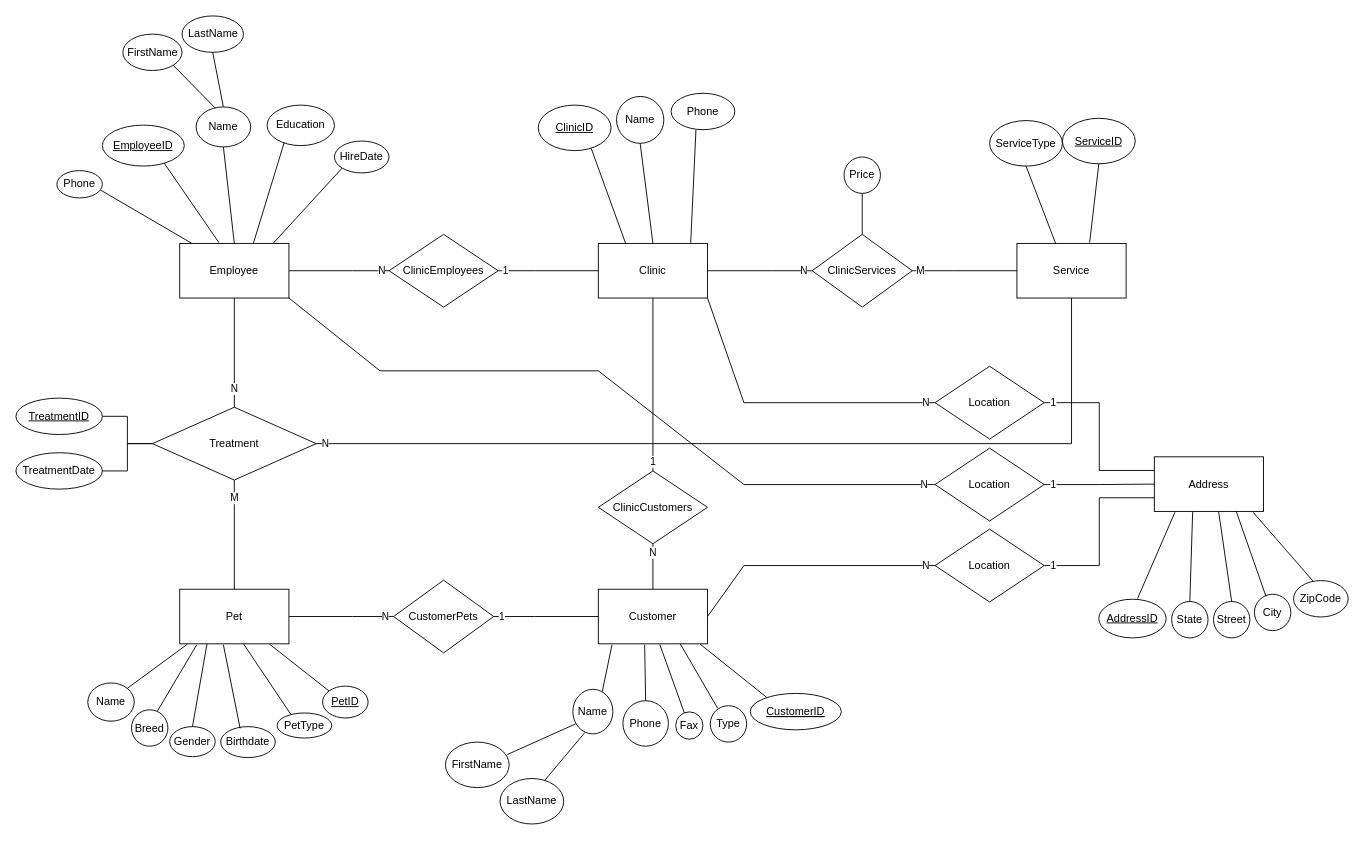
This is Databas_Labb2.drawio from null15/Database_University, a draw.io file, before an edit. Source tidied: cells renumbered, new cells numbered last; positions are measured from the earlier drawing's top-left corner, leaving out a move shared by most shapes. Both pictures are drawn from the tidied source at 91%, with x=0, y=0 at pixel (15, 15).
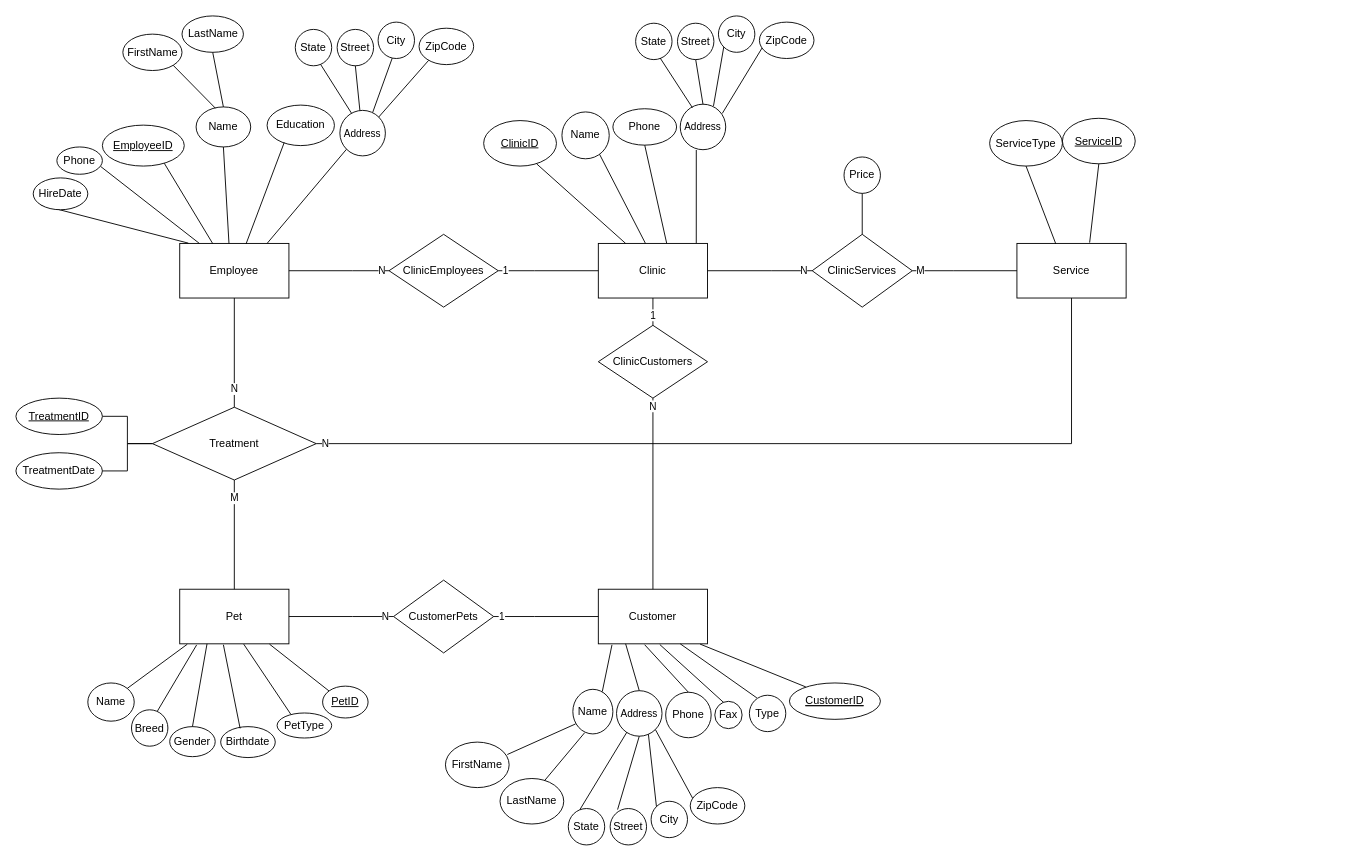
The same diagram, later.

The change refers to these unchanged cells:
```xml
<mxCell id="2" value="Customer" style="rounded=0;whiteSpace=wrap;html=1;" parent="1" vertex="1">
  <mxGeometry x="640" y="630" width="120" height="60" as="geometry" />
</mxCell>
<mxCell id="3" value="Clinic" style="rounded=0;whiteSpace=wrap;html=1;" parent="1" vertex="1">
  <mxGeometry x="640" y="250" width="120" height="60" as="geometry" />
</mxCell>
<mxCell id="5" value="Employee" style="rounded=0;whiteSpace=wrap;html=1;" parent="1" vertex="1">
  <mxGeometry x="180" y="250" width="120" height="60" as="geometry" />
</mxCell>
<mxCell id="54" value="&lt;u&gt;EmployeeID&lt;/u&gt;" style="ellipse;whiteSpace=wrap;html=1;" parent="1" vertex="1">
  <mxGeometry x="95" y="120" width="90" height="45" as="geometry" />
</mxCell>
<mxCell id="55" value="Name" style="ellipse;whiteSpace=wrap;html=1;" parent="1" vertex="1">
  <mxGeometry x="198" y="100" width="60" height="44" as="geometry" />
</mxCell>
<mxCell id="60" value="Education" style="ellipse;whiteSpace=wrap;html=1;" parent="1" vertex="1">
  <mxGeometry x="276" y="98" width="74" height="44.5" as="geometry" />
</mxCell>
```

Diff of the diagram source:
```diff
@@
     <mxCell id="9" value="ClinicCustomers" style="shape=rhombus;perimeter=rhombusPerimeter;whiteSpace=wrap;html=1;align=center;" parent="1" vertex="1">
-      <mxGeometry x="640" y="500" width="120" height="80" as="geometry" />
+      <mxGeometry x="640" y="340" width="120" height="80" as="geometry" />
     </mxCell>
     <mxCell id="10" value="N" style="endArrow=none;html=1;rounded=0;entryX=0.5;entryY=1;entryDx=0;entryDy=0;exitX=0.5;exitY=0;exitDx=0;exitDy=0;" parent="1" edge="1" source="2" target="9">
-      <mxGeometry x="0.6" relative="1" as="geometry" />
+      <mxGeometry x="0.91" relative="1" as="geometry" />
     </mxCell>
@@
     <mxCell id="26" value="Street" style="ellipse;whiteSpace=wrap;html=1;" parent="1" vertex="1">
-      <mxGeometry x="1316" y="643.5" width="40" height="40" as="geometry" />
+      <mxGeometry x="653" y="871" width="40" height="40" as="geometry" />
     </mxCell>
     <mxCell id="27" value="City" style="ellipse;whiteSpace=wrap;html=1;" parent="1" vertex="1">
-      <mxGeometry x="1361" y="635.5" width="40" height="40" as="geometry" />
+      <mxGeometry x="698" y="863" width="40" height="40" as="geometry" />
     </mxCell>
     <mxCell id="28" value="State" style="ellipse;whiteSpace=wrap;html=1;" parent="1" vertex="1">
-      <mxGeometry x="1270" y="643.5" width="40" height="40" as="geometry" />
+      <mxGeometry x="607" y="871" width="40" height="40" as="geometry" />
     </mxCell>
     <mxCell id="29" value="ZipCode" style="ellipse;whiteSpace=wrap;html=1;" parent="1" vertex="1">
-      <mxGeometry x="1404" y="620.5" width="60" height="40" as="geometry" />
+      <mxGeometry x="741" y="848" width="60" height="40" as="geometry" />
     </mxCell>
     <mxCell id="30" value="Phone" style="ellipse;whiteSpace=wrap;html=1;" parent="1" vertex="1">
-      <mxGeometry x="667" y="752.5" width="50" height="50" as="geometry" />
+      <mxGeometry x="714" y="743.2" width="50" height="50" as="geometry" />
     </mxCell>
     <mxCell id="31" value="Fax" style="ellipse;whiteSpace=wrap;html=1;" parent="1" vertex="1">
-      <mxGeometry x="725" y="764.8" width="30" height="30" as="geometry" />
+      <mxGeometry x="768" y="753.2" width="30" height="30" as="geometry" />
     </mxCell>
@@
     <mxCell id="34" value="Type" style="ellipse;whiteSpace=wrap;html=1;" parent="1" vertex="1">
-      <mxGeometry x="763" y="758" width="40" height="40" as="geometry" />
+      <mxGeometry x="806" y="746.5" width="40" height="40" as="geometry" />
     </mxCell>
@@
     <mxCell id="36" value="&lt;u&gt;CustomerID&lt;/u&gt;" style="ellipse;whiteSpace=wrap;html=1;fontStyle=4;" parent="1" vertex="1">
-      <mxGeometry x="807" y="744.5" width="100" height="40" as="geometry" />
+      <mxGeometry x="850" y="733" width="100" height="40" as="geometry" />
     </mxCell>
@@
     <mxCell id="61" value="Phone" style="ellipse;whiteSpace=wrap;html=1;" parent="1" vertex="1">
-      <mxGeometry x="45" y="170" width="50" height="30" as="geometry" />
+      <mxGeometry x="45" y="144" width="50" height="30" as="geometry" />
     </mxCell>
-    <mxCell id="62" style="endArrow=none;html=1;rounded=0;entryX=0.961;entryY=0.713;entryDx=0;entryDy=0;exitX=0.109;exitY=-0.003;exitDx=0;exitDy=0;exitPerimeter=0;entryPerimeter=0;" parent="1" edge="1" source="5" target="61">
+    <mxCell id="62" style="endArrow=none;html=1;rounded=0;entryX=0.961;entryY=0.713;entryDx=0;entryDy=0;exitX=0.18;exitY=0;exitDx=0;exitDy=0;exitPerimeter=0;entryPerimeter=0;" parent="1" edge="1" source="5" target="61">
       <mxGeometry relative="1" as="geometry" />
     </mxCell>
-    <mxCell id="63" style="endArrow=none;html=1;rounded=0;entryX=0.756;entryY=0.932;entryDx=0;entryDy=0;exitX=0.359;exitY=-0.014;exitDx=0;exitDy=0;exitPerimeter=0;entryPerimeter=0;" parent="1" edge="1" source="5" target="54">
+    <mxCell id="63" style="endArrow=none;html=1;rounded=0;entryX=0.756;entryY=0.932;entryDx=0;entryDy=0;exitX=0.302;exitY=0.003;exitDx=0;exitDy=0;exitPerimeter=0;entryPerimeter=0;" parent="1" edge="1" source="5" target="54">
       <mxGeometry relative="1" as="geometry" />
     </mxCell>
-    <mxCell id="64" style="endArrow=none;html=1;rounded=0;entryX=0.5;entryY=1;entryDx=0;entryDy=0;exitX=0.5;exitY=0;exitDx=0;exitDy=0;" parent="1" edge="1" source="5" target="55">
+    <mxCell id="64" style="endArrow=none;html=1;rounded=0;entryX=0.5;entryY=1;entryDx=0;entryDy=0;exitX=0.451;exitY=0;exitDx=0;exitDy=0;exitPerimeter=0;" parent="1" edge="1" source="5" target="55">
       <mxGeometry relative="1" as="geometry" />
     </mxCell>
-    <mxCell id="65" style="endArrow=none;html=1;rounded=0;entryX=0.254;entryY=0.926;entryDx=0;entryDy=0;exitX=0.674;exitY=0;exitDx=0;exitDy=0;entryPerimeter=0;exitPerimeter=0;" parent="1" edge="1" source="5" target="60">
+    <mxCell id="65" style="endArrow=none;html=1;rounded=0;entryX=0.254;entryY=0.926;entryDx=0;entryDy=0;exitX=0.607;exitY=0.011;exitDx=0;exitDy=0;entryPerimeter=0;exitPerimeter=0;" parent="1" edge="1" source="5" target="60">
       <mxGeometry relative="1" as="geometry" />
     </mxCell>
-    <mxCell id="66" style="endArrow=none;html=1;rounded=0;entryX=0;entryY=1;entryDx=0;entryDy=0;exitX=0.855;exitY=0;exitDx=0;exitDy=0;exitPerimeter=0;" parent="1" edge="1" source="5" target="80">
+    <mxCell id="66" style="endArrow=none;html=1;rounded=0;entryX=0;entryY=1;entryDx=0;entryDy=0;exitX=0.079;exitY=-0.005;exitDx=0;exitDy=0;exitPerimeter=0;" parent="1" edge="1" source="5" target="80">
       <mxGeometry relative="1" as="geometry" />
     </mxCell>
@@
     <mxCell id="69" value="&lt;u&gt;ClinicID&lt;/u&gt;" style="ellipse;whiteSpace=wrap;html=1;" parent="1" vertex="1">
-      <mxGeometry x="574" y="98" width="80" height="50" as="geometry" />
+      <mxGeometry x="514" y="115" width="80" height="50" as="geometry" />
     </mxCell>
     <mxCell id="70" value="Name" style="ellipse;whiteSpace=wrap;html=1;" parent="1" vertex="1">
-      <mxGeometry x="660" y="88.5" width="52" height="51.5" as="geometry" />
+      <mxGeometry x="600" y="105.5" width="52" height="51.5" as="geometry" />
     </mxCell>
     <mxCell id="71" value="Phone" style="ellipse;whiteSpace=wrap;html=1;" parent="1" vertex="1">
-      <mxGeometry x="720" y="85" width="70" height="40" as="geometry" />
+      <mxGeometry x="656" y="102" width="70" height="40" as="geometry" />
     </mxCell>
@@
-    <mxCell id="73" style="endArrow=none;html=1;rounded=0;entryX=0.5;entryY=1;entryDx=0;entryDy=0;exitX=0.5;exitY=0;exitDx=0;exitDy=0;" parent="1" edge="1" source="3" target="70">
+    <mxCell id="73" style="endArrow=none;html=1;rounded=0;entryX=0.795;entryY=0.903;entryDx=0;entryDy=0;entryPerimeter=0;exitX=0.431;exitY=-0.003;exitDx=0;exitDy=0;exitPerimeter=0;" parent="1" edge="1" source="3" target="70">
       <mxGeometry relative="1" as="geometry" />
     </mxCell>
-    <mxCell id="74" style="endArrow=none;html=1;rounded=0;entryX=0.39;entryY=1.004;entryDx=0;entryDy=0;exitX=0.846;exitY=-0.014;exitDx=0;exitDy=0;exitPerimeter=0;entryPerimeter=0;" parent="1" edge="1" source="3" target="71">
+    <mxCell id="74" style="endArrow=none;html=1;rounded=0;entryX=0.5;entryY=1;entryDx=0;entryDy=0;exitX=0.626;exitY=-0.003;exitDx=0;exitDy=0;exitPerimeter=0;" parent="1" edge="1" source="3" target="71">
       <mxGeometry relative="1" as="geometry" />
     </mxCell>
@@
     <mxCell id="79" value="1" style="endArrow=none;html=1;rounded=0;entryX=0.5;entryY=1;entryDx=0;entryDy=0;exitX=0.5;exitY=0;exitDx=0;exitDy=0;" parent="1" edge="1" source="9" target="3">
-      <mxGeometry x="-0.89" relative="1" as="geometry" />
+      <mxGeometry x="-0.27" relative="1" as="geometry" />
     </mxCell>
     <mxCell id="80" value="HireDate" style="ellipse;whiteSpace=wrap;html=1;" parent="1" vertex="1">
-      <mxGeometry x="350" y="137.5" width="60" height="35" as="geometry" />
+      <mxGeometry x="19" y="178" width="60" height="35" as="geometry" />
     </mxCell>
@@
-    <mxCell id="83" value="Address" style="rounded=0;whiteSpace=wrap;html=1;" parent="1" vertex="1">
-      <mxGeometry x="1251" y="484.5" width="120" height="60" as="geometry" />
-    </mxCell>
-    <mxCell id="84" value="&lt;u&gt;AddressID&lt;/u&gt;" style="ellipse;whiteSpace=wrap;html=1;" parent="1" vertex="1">
-      <mxGeometry x="1190" y="641" width="74" height="42.5" as="geometry" />
-    </mxCell>
-    <mxCell id="85" style="endArrow=none;html=1;rounded=0;entryX=0.189;entryY=1.014;entryDx=0;entryDy=0;entryPerimeter=0;exitX=0.575;exitY=-0.018;exitDx=0;exitDy=0;exitPerimeter=0;" parent="1" edge="1" source="84" target="83">
-      <mxGeometry relative="1" as="geometry" />
-    </mxCell>
-    <mxCell id="86" style="endArrow=none;html=1;rounded=0;entryX=0.351;entryY=1.005;entryDx=0;entryDy=0;entryPerimeter=0;exitX=0.5;exitY=0;exitDx=0;exitDy=0;" parent="1" edge="1" source="28" target="83">
-      <mxGeometry relative="1" as="geometry" />
-    </mxCell>
-    <mxCell id="87" style="endArrow=none;html=1;rounded=0;entryX=0.589;entryY=1.005;entryDx=0;entryDy=0;entryPerimeter=0;exitX=0.5;exitY=0;exitDx=0;exitDy=0;" parent="1" edge="1" source="26" target="83">
-      <mxGeometry relative="1" as="geometry" />
-    </mxCell>
-    <mxCell id="88" style="endArrow=none;html=1;rounded=0;entryX=0.75;entryY=1;entryDx=0;entryDy=0;exitX=0.318;exitY=0.061;exitDx=0;exitDy=0;exitPerimeter=0;" parent="1" edge="1" source="27" target="83">
-      <mxGeometry relative="1" as="geometry" />
-    </mxCell>
-    <mxCell id="89" style="endArrow=none;html=1;rounded=0;entryX=0.904;entryY=1.014;entryDx=0;entryDy=0;entryPerimeter=0;exitX=0.352;exitY=0.007;exitDx=0;exitDy=0;exitPerimeter=0;" parent="1" edge="1" source="29" target="83">
-      <mxGeometry relative="1" as="geometry" />
-    </mxCell>
-    <mxCell id="90" value="1" style="edgeStyle=orthogonalEdgeStyle;rounded=0;jettySize=auto;html=1;exitX=1;exitY=0.5;exitDx=0;exitDy=0;entryX=0;entryY=0.5;entryDx=0;entryDy=0;endArrow=none;endFill=0;" parent="1" edge="1" source="91" target="83">
-      <mxGeometry x="-0.84" relative="1" as="geometry" />
-    </mxCell>
-    <mxCell id="91" value="Location" style="shape=rhombus;perimeter=rhombusPerimeter;whiteSpace=wrap;html=1;align=center;" parent="1" vertex="1">
-      <mxGeometry x="1010" y="475" width="120" height="80" as="geometry" />
-    </mxCell>
-    <mxCell id="92" value="1" style="edgeStyle=orthogonalEdgeStyle;rounded=0;jettySize=auto;html=1;exitX=1;exitY=0.5;exitDx=0;exitDy=0;entryX=0;entryY=0.75;entryDx=0;entryDy=0;endArrow=none;endFill=0;" parent="1" edge="1" source="93" target="83">
-      <mxGeometry x="-0.9" relative="1" as="geometry" />
-    </mxCell>
-    <mxCell id="93" value="Location" style="shape=rhombus;perimeter=rhombusPerimeter;whiteSpace=wrap;html=1;align=center;" parent="1" vertex="1">
-      <mxGeometry x="1010" y="564" width="120" height="80" as="geometry" />
-    </mxCell>
-    <mxCell id="94" value="1" style="edgeStyle=orthogonalEdgeStyle;rounded=0;jettySize=auto;html=1;entryX=0;entryY=0.25;entryDx=0;entryDy=0;endArrow=none;endFill=0;" parent="1" edge="1" source="95" target="83">
-      <mxGeometry x="-0.9" relative="1" as="geometry" />
-    </mxCell>
-    <mxCell id="95" value="Location" style="shape=rhombus;perimeter=rhombusPerimeter;whiteSpace=wrap;html=1;align=center;" parent="1" vertex="1">
-      <mxGeometry x="1010" y="385" width="120" height="80" as="geometry" />
-    </mxCell>
-    <mxCell id="96" value="N" style="endArrow=none;html=1;rounded=0;exitX=1;exitY=1;exitDx=0;exitDy=0;entryX=0;entryY=0.5;entryDx=0;entryDy=0;" parent="1" edge="1" source="5" target="91">
-      <mxGeometry x="0.97" relative="1" as="geometry">
-        <Array as="points">
-          <mxPoint x="400" y="390" />
-          <mxPoint x="640" y="390" />
-          <mxPoint x="800" y="515" />
-        </Array>
-      </mxGeometry>
-    </mxCell>
-    <mxCell id="97" value="N" style="endArrow=none;html=1;rounded=0;exitX=1;exitY=1;exitDx=0;exitDy=0;entryX=0;entryY=0.5;entryDx=0;entryDy=0;" parent="1" edge="1" source="3" target="95">
-      <mxGeometry x="0.94" relative="1" as="geometry">
-        <Array as="points">
-          <mxPoint x="800" y="425" />
-        </Array>
-      </mxGeometry>
-    </mxCell>
-    <mxCell id="98" value="N" style="endArrow=none;html=1;rounded=0;exitX=1;exitY=0.5;exitDx=0;exitDy=0;entryX=0;entryY=0.5;entryDx=0;entryDy=0;" parent="1" edge="1" source="2" target="93">
-      <mxGeometry x="0.93" relative="1" as="geometry">
-        <Array as="points">
-          <mxPoint x="800" y="604" />
-        </Array>
-      </mxGeometry>
-    </mxCell>
+    <mxCell id="99" value="Address" style="ellipse;whiteSpace=wrap;html=1;fontSize=11;" parent="1" vertex="1">
+      <mxGeometry x="660" y="741.5" width="50" height="50" as="geometry" />
+    </mxCell>
+    <mxCell id="100" style="endArrow=none;html=1;rounded=0;exitX=0.5;exitY=0;exitDx=0;exitDy=0;entryX=0.25;entryY=1;entryDx=0;entryDy=0;" parent="1" edge="1" source="99" target="2">
+      <mxGeometry relative="1" as="geometry" />
+    </mxCell>
+    <mxCell id="101" style="endArrow=none;html=1;rounded=0;exitX=0.319;exitY=0.029;exitDx=0;exitDy=0;entryX=0.229;entryY=0.909;entryDx=0;entryDy=0;exitPerimeter=0;entryPerimeter=0;" parent="1" edge="1" source="28" target="99">
+      <mxGeometry relative="1" as="geometry" />
+    </mxCell>
+    <mxCell id="102" style="endArrow=none;html=1;rounded=0;exitX=0.204;exitY=0.029;exitDx=0;exitDy=0;entryX=0.5;entryY=1;entryDx=0;entryDy=0;exitPerimeter=0;" parent="1" edge="1" source="26" target="99">
+      <mxGeometry relative="1" as="geometry" />
+    </mxCell>
+    <mxCell id="103" style="endArrow=none;html=1;rounded=0;exitX=0;exitY=0;exitDx=0;exitDy=0;entryX=0.701;entryY=0.959;entryDx=0;entryDy=0;entryPerimeter=0;" parent="1" edge="1" source="27" target="99">
+      <mxGeometry relative="1" as="geometry" />
+    </mxCell>
+    <mxCell id="104" style="endArrow=none;html=1;rounded=0;exitX=0.044;exitY=0.292;exitDx=0;exitDy=0;entryX=1;entryY=1;entryDx=0;entryDy=0;exitPerimeter=0;" parent="1" edge="1" source="29" target="99">
+      <mxGeometry relative="1" as="geometry" />
+    </mxCell>
+    <mxCell id="105" value="Street" style="ellipse;whiteSpace=wrap;html=1;" parent="1" vertex="1">
+      <mxGeometry x="727" y="8" width="40" height="40" as="geometry" />
+    </mxCell>
+    <mxCell id="106" value="City" style="ellipse;whiteSpace=wrap;html=1;" parent="1" vertex="1">
+      <mxGeometry x="772" width="40" height="40" as="geometry" />
+    </mxCell>
+    <mxCell id="107" value="State" style="ellipse;whiteSpace=wrap;html=1;" parent="1" vertex="1">
+      <mxGeometry x="681" y="8" width="40" height="40" as="geometry" />
+    </mxCell>
+    <mxCell id="108" value="ZipCode" style="ellipse;whiteSpace=wrap;html=1;" parent="1" vertex="1">
+      <mxGeometry x="817" y="6.8" width="60" height="40" as="geometry" />
+    </mxCell>
+    <mxCell id="109" value="Address" style="ellipse;whiteSpace=wrap;html=1;fontSize=11;" parent="1" vertex="1">
+      <mxGeometry x="730" y="97" width="50" height="50" as="geometry" />
+    </mxCell>
+    <mxCell id="110" style="endArrow=none;html=1;rounded=0;entryX=0.267;entryY=0.075;entryDx=0;entryDy=0;exitX=0.674;exitY=0.957;exitDx=0;exitDy=0;exitPerimeter=0;entryPerimeter=0;" parent="1" edge="1" source="107" target="109">
+      <mxGeometry relative="1" as="geometry" />
+    </mxCell>
+    <mxCell id="111" style="endArrow=none;html=1;rounded=0;exitX=0.5;exitY=1;exitDx=0;exitDy=0;entryX=0.5;entryY=0;entryDx=0;entryDy=0;" parent="1" edge="1" source="105" target="109">
+      <mxGeometry relative="1" as="geometry" />
+    </mxCell>
+    <mxCell id="112" style="endArrow=none;html=1;rounded=0;exitX=0;exitY=1;exitDx=0;exitDy=0;entryX=0.731;entryY=0.038;entryDx=0;entryDy=0;entryPerimeter=0;" parent="1" edge="1" source="106" target="109">
+      <mxGeometry relative="1" as="geometry" />
+    </mxCell>
+    <mxCell id="113" style="endArrow=none;html=1;rounded=0;exitX=0.05;exitY=0.708;exitDx=0;exitDy=0;entryX=0.924;entryY=0.203;entryDx=0;entryDy=0;entryPerimeter=0;exitPerimeter=0;" parent="1" edge="1" source="108" target="109">
+      <mxGeometry relative="1" as="geometry" />
+    </mxCell>
+    <mxCell id="114" style="endArrow=none;html=1;rounded=0;exitX=0.353;exitY=1.007;exitDx=0;exitDy=0;entryX=0.897;entryY=-0.006;entryDx=0;entryDy=0;entryPerimeter=0;exitPerimeter=0;" parent="1" edge="1" source="109" target="3">
+      <mxGeometry relative="1" as="geometry" />
+    </mxCell>
+    <mxCell id="115" value="Street" style="ellipse;whiteSpace=wrap;html=1;" parent="1" vertex="1">
+      <mxGeometry x="353" y="14.8" width="40" height="40" as="geometry" />
+    </mxCell>
+    <mxCell id="116" value="City" style="ellipse;whiteSpace=wrap;html=1;" parent="1" vertex="1">
+      <mxGeometry x="398" y="6.8" width="40" height="40" as="geometry" />
+    </mxCell>
+    <mxCell id="117" value="State" style="ellipse;whiteSpace=wrap;html=1;" parent="1" vertex="1">
+      <mxGeometry x="307" y="14.8" width="40" height="40" as="geometry" />
+    </mxCell>
+    <mxCell id="118" value="ZipCode" style="ellipse;whiteSpace=wrap;html=1;" parent="1" vertex="1">
+      <mxGeometry x="443" y="13.5" width="60" height="40" as="geometry" />
+    </mxCell>
+    <mxCell id="119" value="Address" style="ellipse;whiteSpace=wrap;html=1;fontSize=11;" parent="1" vertex="1">
+      <mxGeometry x="356" y="103.8" width="50" height="50" as="geometry" />
+    </mxCell>
+    <mxCell id="120" style="endArrow=none;html=1;rounded=0;entryX=0;entryY=1;entryDx=0;entryDy=0;exitX=0.8;exitY=0;exitDx=0;exitDy=0;exitPerimeter=0;" parent="1" edge="1" source="5" target="119">
+      <mxGeometry relative="1" as="geometry" />
+    </mxCell>
+    <mxCell id="121" style="endArrow=none;html=1;rounded=0;entryX=0.692;entryY=0.956;entryDx=0;entryDy=0;entryPerimeter=0;exitX=0.254;exitY=0.06;exitDx=0;exitDy=0;exitPerimeter=0;" parent="1" edge="1" source="119" target="117">
+      <mxGeometry relative="1" as="geometry" />
+    </mxCell>
+    <mxCell id="122" style="endArrow=none;html=1;rounded=0;entryX=0.5;entryY=1;entryDx=0;entryDy=0;" parent="1" edge="1" target="115">
+      <mxGeometry relative="1" as="geometry">
+        <mxPoint x="378" y="104" as="sourcePoint" />
+      </mxGeometry>
+    </mxCell>
+    <mxCell id="123" style="endArrow=none;html=1;rounded=0;entryX=0.388;entryY=0.989;entryDx=0;entryDy=0;entryPerimeter=0;exitX=0.721;exitY=0.044;exitDx=0;exitDy=0;exitPerimeter=0;" parent="1" edge="1" source="119" target="116">
+      <mxGeometry relative="1" as="geometry" />
+    </mxCell>
+    <mxCell id="124" style="endArrow=none;html=1;rounded=0;entryX=0.175;entryY=0.884;entryDx=0;entryDy=0;entryPerimeter=0;exitX=1;exitY=0;exitDx=0;exitDy=0;" parent="1" edge="1" source="119" target="118">
+      <mxGeometry relative="1" as="geometry" />
+    </mxCell>
```
